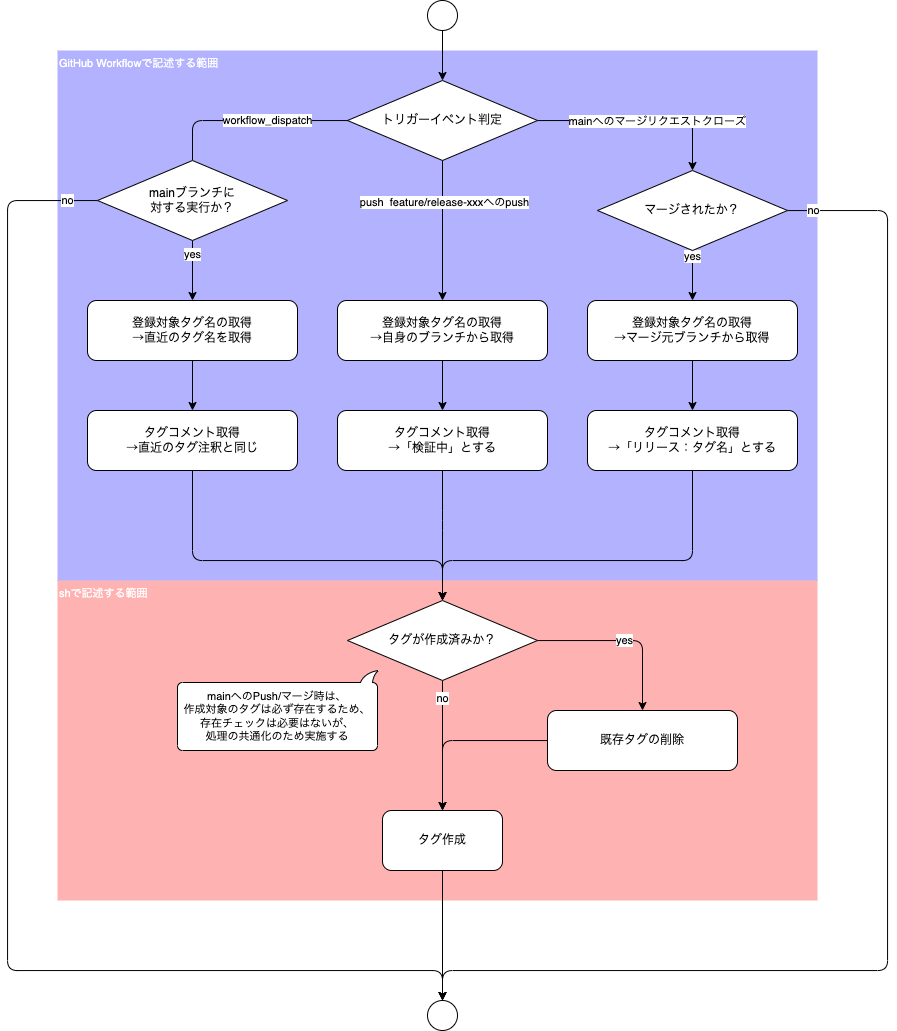
The draw.io diagram flow.drawio.png in kazuo278/create_release, before a commit. Source tidied: cells renumbered, new cells last; positions are measured from the earlier drawing's top-left corner, leaving out a move shared by most shapes.
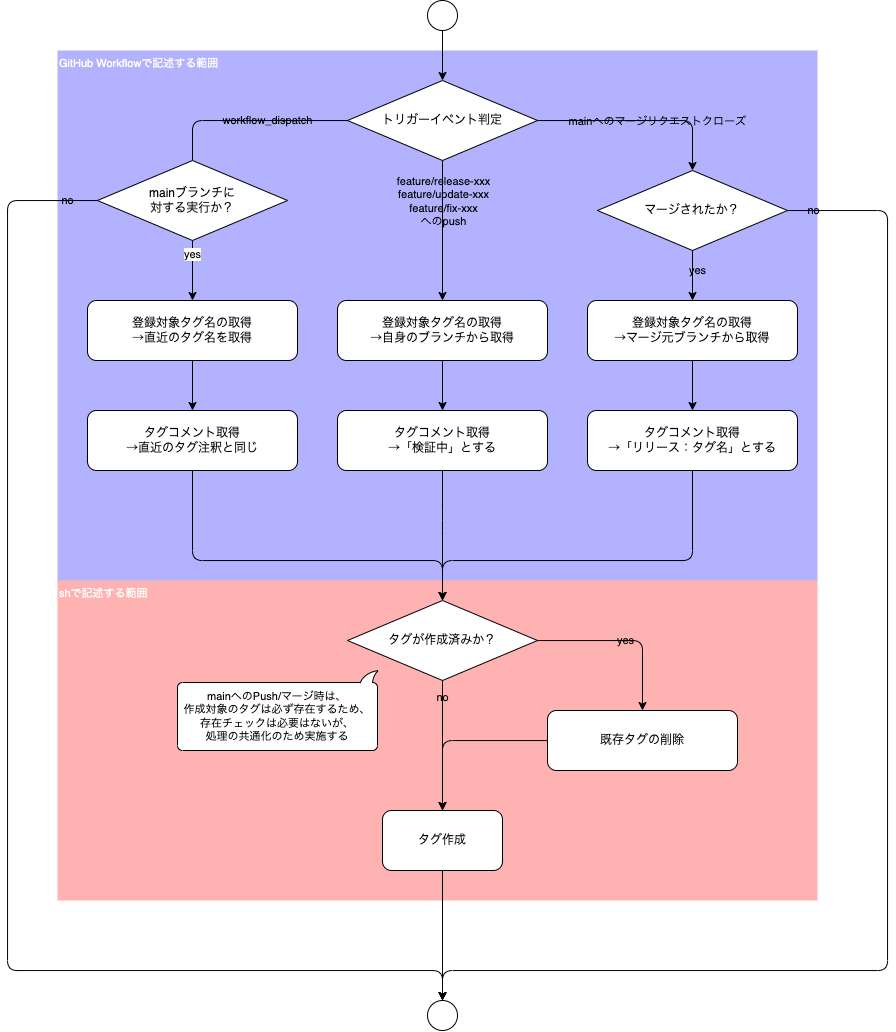
Above is the later version.

The edit, as a diff of the source:
```diff
@@ -28,13 +28,13 @@
         <mxPoint x="-1" y="93" as="offset" />
       </mxGeometry>
     </mxCell>
-    <mxCell id="10" value="push&amp;nbsp; feature/release-xxxへのpush" style="edgeLabel;html=1;align=center;verticalAlign=middle;" parent="8" vertex="1">
+    <mxCell id="10" value="feature/release-xxx&lt;br&gt;feature/update-xxx&lt;br&gt;feature/fix-xxx&lt;br&gt;へのpush" style="edgeLabel;html=1;align=center;verticalAlign=middle;labelBackgroundColor=none;" parent="8" vertex="1">
       <mxGeometry x="-0.42" y="1" relative="1" as="geometry" />
     </mxCell>
     <mxCell id="11" style="edgeStyle=orthogonalEdgeStyle;html=1;entryX=0.5;entryY=0;entryDx=0;entryDy=0;" parent="1" edge="1" source="14" target="27">
       <mxGeometry relative="1" as="geometry" />
     </mxCell>
-    <mxCell id="12" value="mainへのマージリクエストクローズ" style="edgeLabel;html=1;align=center;verticalAlign=middle;" parent="11" vertex="1">
+    <mxCell id="12" value="mainへのマージリクエストクローズ" style="edgeLabel;html=1;align=center;verticalAlign=middle;labelBackgroundColor=none;" parent="11" vertex="1">
       <mxGeometry x="-0.07" y="-3" relative="1" as="geometry">
         <mxPoint x="24" y="-3" as="offset" />
       </mxGeometry>
@@ -57,10 +57,10 @@
     <mxCell id="18" value="登録対象タグ名の取得&lt;br&gt;→自身のブランチから取得" style="rounded=1;whiteSpace=wrap;html=1;align=center;" parent="1" vertex="1">
       <mxGeometry x="330" y="300" width="210" height="60" as="geometry" />
     </mxCell>
-    <mxCell id="19" value="yes" style="edgeStyle=orthogonalEdgeStyle;html=1;" parent="1" edge="1" source="21" target="5">
+    <mxCell id="19" value="yes" style="edgeStyle=orthogonalEdgeStyle;html=1;labelBackgroundColor=none;" parent="1" edge="1" source="21" target="5">
       <mxGeometry relative="1" as="geometry" />
     </mxCell>
-    <mxCell id="20" value="no" style="edgeStyle=orthogonalEdgeStyle;html=1;entryX=0.5;entryY=0;entryDx=0;entryDy=0;startArrow=none;exitX=0.5;exitY=1;exitDx=0;exitDy=0;" parent="1" edge="1" source="21" target="7">
+    <mxCell id="20" value="no" style="edgeStyle=orthogonalEdgeStyle;html=1;entryX=0.5;entryY=0;entryDx=0;entryDy=0;startArrow=none;exitX=0.5;exitY=1;exitDx=0;exitDy=0;labelBackgroundColor=none;" parent="1" edge="1" source="21" target="7">
       <mxGeometry x="-0.73" relative="1" as="geometry" />
     </mxCell>
     <mxCell id="21" value="タグが作成済みか？" style="rhombus;whiteSpace=wrap;html=1;" parent="1" vertex="1">
@@ -75,10 +75,10 @@
     <mxCell id="24" style="ellipse;whiteSpace=wrap;html=1;" parent="1" vertex="1">
       <mxGeometry x="420" y="1000" width="30" height="30" as="geometry" />
     </mxCell>
-    <mxCell id="25" value="yes" style="edgeStyle=orthogonalEdgeStyle;html=1;entryX=0.5;entryY=0;entryDx=0;entryDy=0;" parent="1" edge="1" source="27" target="16">
-      <mxGeometry x="-0.76" relative="1" as="geometry" />
+    <mxCell id="25" value="yes" style="edgeStyle=orthogonalEdgeStyle;html=1;entryX=0.5;entryY=0;entryDx=0;entryDy=0;labelBackgroundColor=none;" parent="1" edge="1" source="27" target="16">
+      <mxGeometry x="-0.2" y="5" relative="1" as="geometry" />
     </mxCell>
-    <mxCell id="26" value="no" style="edgeStyle=orthogonalEdgeStyle;html=1;entryX=0.5;entryY=0;entryDx=0;entryDy=0;fontSize=11;" parent="1" edge="1" source="27" target="24">
+    <mxCell id="26" value="no" style="edgeStyle=orthogonalEdgeStyle;html=1;entryX=0.5;entryY=0;entryDx=0;entryDy=0;fontSize=11;labelBackgroundColor=none;" parent="1" edge="1" source="27" target="24">
       <mxGeometry x="-0.96" relative="1" as="geometry">
         <Array as="points">
           <mxPoint x="880" y="210" />
@@ -132,10 +132,10 @@
     <mxCell id="36" value="タグコメント取得&lt;br&gt;→「リリース：タグ名」とする&lt;span style=&quot;color: rgba(0, 0, 0, 0); font-family: monospace; font-size: 0px; text-align: start;&quot;&gt;%3CmxGraphModel%3E%3Croot%3E%3CmxCell%20id%3D%220%22%2F%3E%3CmxCell%20id%3D%221%22%20parent%3D%220%22%2F%3E%3CmxCell%20id%3D%222%22%20value%3D%22%E3%82%BF%E3%82%B0%E3%82%B3%E3%83%A1%E3%83%B3%E3%83%88%E5%8F%96%E5%BE%97%26lt%3Bbr%26gt%3B%E2%86%92%E7%9B%B4%E8%BF%91%E3%81%AE%E3%82%BF%E3%82%B0%E6%B3%A8%E9%87%88%E3%81%A8%E5%90%8C%E3%81%98%22%20style%3D%22rounded%3D1%3BwhiteSpace%3Dwrap%3Bhtml%3D1%3Balign%3Dcenter%3B%22%20vertex%3D%221%22%20parent%3D%221%22%3E%3CmxGeometry%20x%3D%22-220%22%20y%3D%2260%22%20width%3D%22210%22%20height%3D%2260%22%20as%3D%22geometry%22%2F%3E%3C%2FmxCell%3E%3C%2Froot%3E%3C%2FmxGraphModel%3E&lt;/span&gt;" style="rounded=1;whiteSpace=wrap;html=1;align=center;" parent="1" vertex="1">
       <mxGeometry x="580" y="410" width="210" height="60" as="geometry" />
     </mxCell>
-    <mxCell id="37" value="workflow_dispatch" style="edgeStyle=orthogonalEdgeStyle;html=1;entryX=0.5;entryY=0;entryDx=0;entryDy=0;fontSize=11;endArrow=none;" parent="1" edge="1" source="14" target="39">
+    <mxCell id="37" value="workflow_dispatch" style="edgeStyle=orthogonalEdgeStyle;html=1;entryX=0.5;entryY=0;entryDx=0;entryDy=0;fontSize=11;endArrow=none;labelBackgroundColor=none;" parent="1" edge="1" source="14" target="39">
       <mxGeometry x="-0.18" relative="1" as="geometry" />
     </mxCell>
-    <mxCell id="38" value="no" style="edgeStyle=orthogonalEdgeStyle;html=1;entryX=0.5;entryY=0;entryDx=0;entryDy=0;" parent="1" edge="1" source="39" target="24">
+    <mxCell id="38" value="no" style="edgeStyle=orthogonalEdgeStyle;html=1;entryX=0.5;entryY=0;entryDx=0;entryDy=0;labelBackgroundColor=none;" parent="1" edge="1" source="39" target="24">
       <mxGeometry x="-0.95" relative="1" as="geometry">
         <Array as="points">
           <mxPoint y="200" />
```
